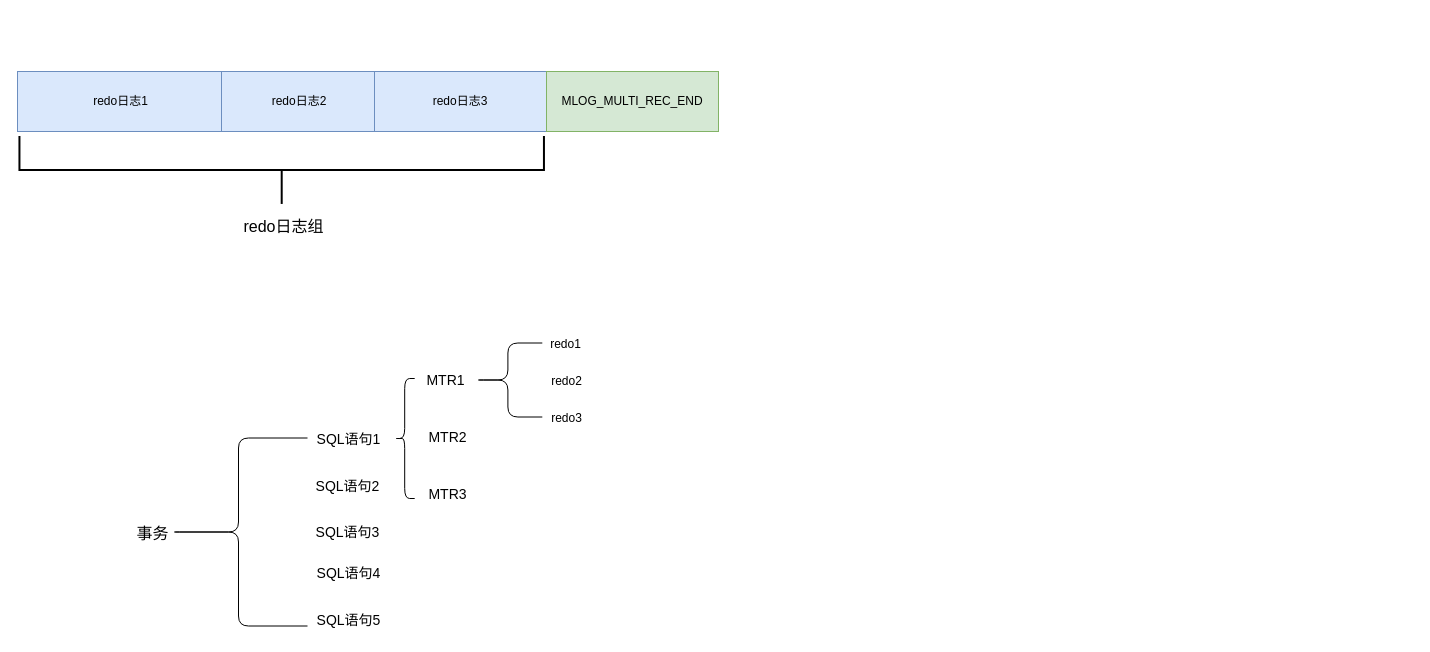
HoShum/drawio keeps this draw.io diagram as page "redo日志" (2 of 2) of MySQL是怎样运行的.drawio. Above is the earlier version. Source tidied: cells renumbered, new cells numbered last; positions are measured from the earlier drawing's top-left corner, leaving out a move shared by most shapes. Both pictures are drawn from the tidied source at 100%, with x=0, y=0 at pixel (17, -93).
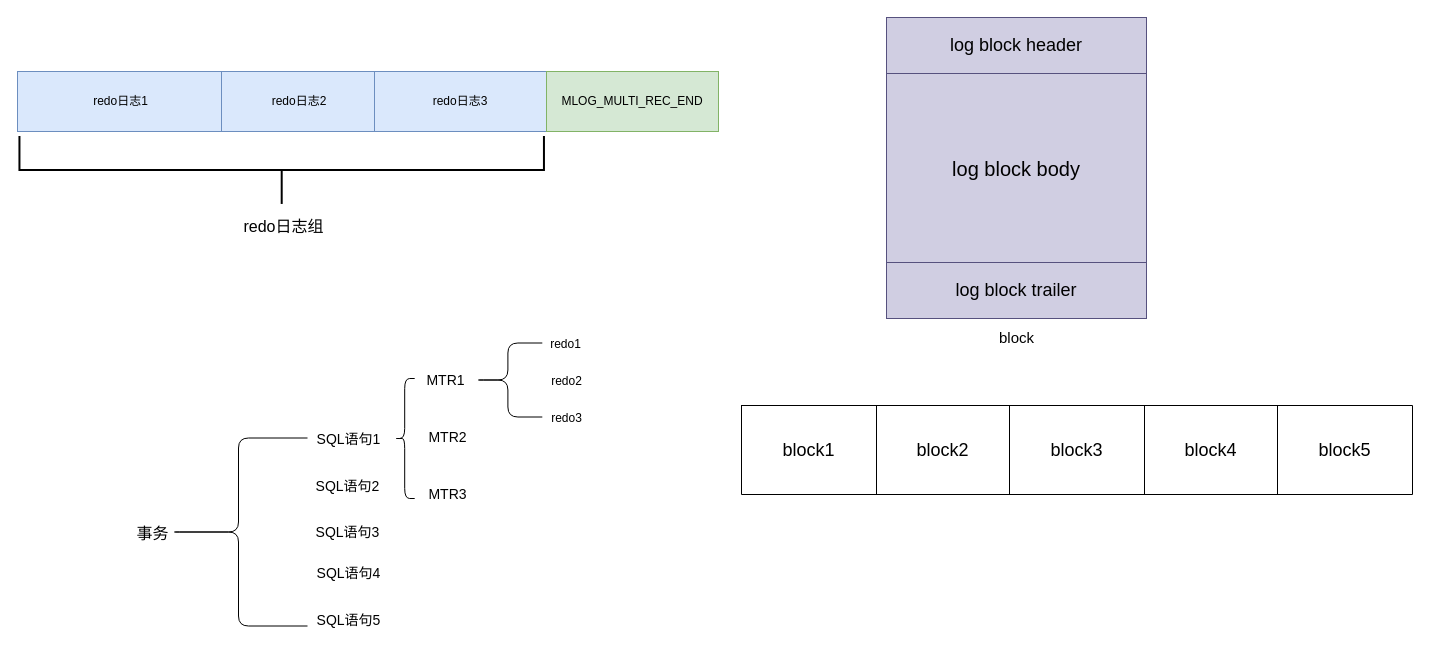
Above is the later version.

Commit message:
更新MySQL是怎样运行的.drawio

Diff of the diagram source:
```diff
@@
+    <mxCell id="23" value="block" style="text;html=1;align=center;verticalAlign=middle;strokeColor=none;fillColor=none;fontSize=15;" parent="1" vertex="1">
+      <mxGeometry x="972.5" y="415" width="53" height="30" as="geometry" />
+    </mxCell>
+    <mxCell id="24" style="group;" parent="1" vertex="1">
+      <mxGeometry x="869" y="110" width="260" height="301" as="geometry" />
+    </mxCell>
+    <mxCell id="25" value="&lt;font style=&quot;font-size: 18px;&quot;&gt;log block header&lt;/font&gt;" style="rounded=0;whiteSpace=wrap;html=1;fillColor=#d0cee2;strokeColor=#56517e;" parent="24" vertex="1">
+      <mxGeometry width="260" height="56" as="geometry" />
+    </mxCell>
+    <mxCell id="26" value="&lt;font style=&quot;font-size: 18px;&quot;&gt;log block trailer&lt;/font&gt;" style="rounded=0;whiteSpace=wrap;html=1;fillColor=#d0cee2;strokeColor=#56517e;" parent="24" vertex="1">
+      <mxGeometry y="245" width="260" height="56" as="geometry" />
+    </mxCell>
+    <mxCell id="27" value="&lt;font style=&quot;font-size: 20px;&quot;&gt;log block body&lt;/font&gt;" style="rounded=0;whiteSpace=wrap;html=1;fillColor=#d0cee2;strokeColor=#56517e;" parent="24" vertex="1">
+      <mxGeometry y="56" width="260" height="189" as="geometry" />
+    </mxCell>
+    <mxCell id="28" style="shape=table;startSize=0;childLayout=tableLayout;strokeColor=default;swimlaneLine=1;" parent="1" vertex="1">
+      <mxGeometry x="724" y="498" width="671" height="89" as="geometry" />
+    </mxCell>
+    <mxCell id="29" style="shape=tableRow;horizontal=0;startSize=0;swimlaneHead=0;swimlaneBody=0;strokeColor=inherit;top=0;left=0;bottom=0;right=0;fillColor=none;" parent="28" vertex="1">
+      <mxGeometry width="671" height="89" as="geometry" />
+    </mxCell>
+    <mxCell id="30" value="&lt;font style=&quot;font-size: 18px;&quot;&gt;block1&lt;/font&gt;" style="shape=partialRectangle;html=1;whiteSpace=wrap;strokeColor=inherit;overflow=hidden;fillColor=none;top=0;left=0;bottom=0;right=0;" parent="29" vertex="1">
+      <mxGeometry width="135" height="89" as="geometry" />
+    </mxCell>
+    <mxCell id="31" value="&lt;font style=&quot;font-size: 18px;&quot;&gt;block2&lt;/font&gt;" style="shape=partialRectangle;html=1;whiteSpace=wrap;strokeColor=inherit;overflow=hidden;fillColor=none;top=0;left=0;bottom=0;right=0;" parent="29" vertex="1">
+      <mxGeometry x="135" width="133" height="89" as="geometry" />
+    </mxCell>
+    <mxCell id="32" value="&lt;font style=&quot;font-size: 18px;&quot;&gt;block3&lt;/font&gt;" style="shape=partialRectangle;html=1;whiteSpace=wrap;strokeColor=inherit;overflow=hidden;fillColor=none;top=0;left=0;bottom=0;right=0;" parent="29" vertex="1">
+      <mxGeometry x="268" width="135" height="89" as="geometry" />
+    </mxCell>
+    <mxCell id="33" value="&lt;font style=&quot;font-size: 18px;&quot;&gt;block4&lt;/font&gt;" style="shape=partialRectangle;html=1;whiteSpace=wrap;strokeColor=inherit;overflow=hidden;fillColor=none;top=0;left=0;bottom=0;right=0;" parent="29" vertex="1">
+      <mxGeometry x="403" width="133" height="89" as="geometry" />
+    </mxCell>
+    <mxCell id="34" value="&lt;font style=&quot;font-size: 18px;&quot;&gt;block5&lt;/font&gt;" style="shape=partialRectangle;html=1;whiteSpace=wrap;strokeColor=inherit;overflow=hidden;fillColor=none;top=0;left=0;bottom=0;right=0;" parent="29" vertex="1">
+      <mxGeometry x="536" width="135" height="89" as="geometry" />
+    </mxCell>
```
